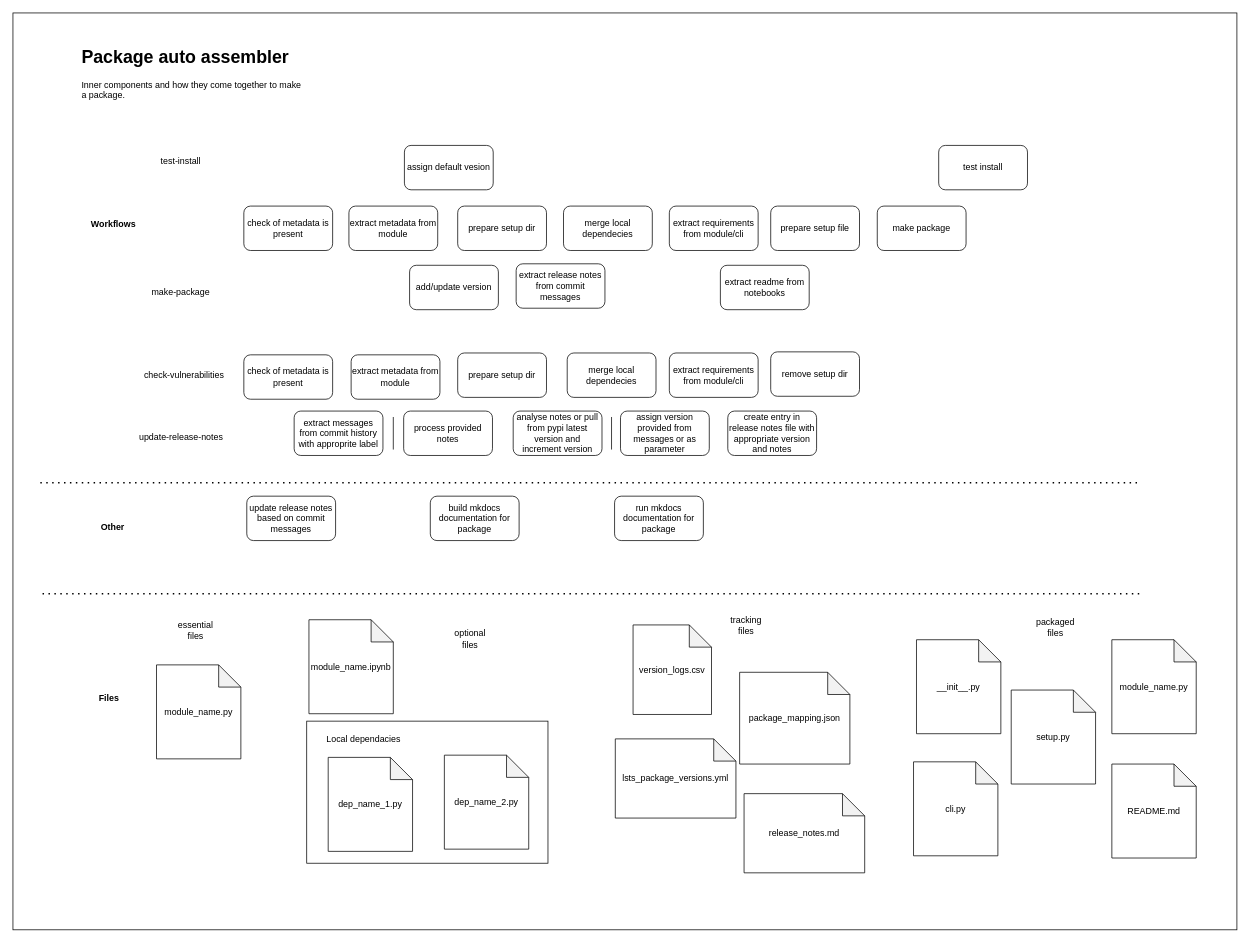
This is page "flow" (2 of 2) of drawio/package_auto_assembler.drawio from Kiril-Mordan/reusables, a draw.io file, before an edit. Source tidied: cells renumbered, new cells numbered last; positions are measured from the earlier drawing's top-left corner, leaving out a move shared by most shapes. Both pictures are drawn from the tidied source at 74%, with x=0, y=0 at pixel (13, 13).
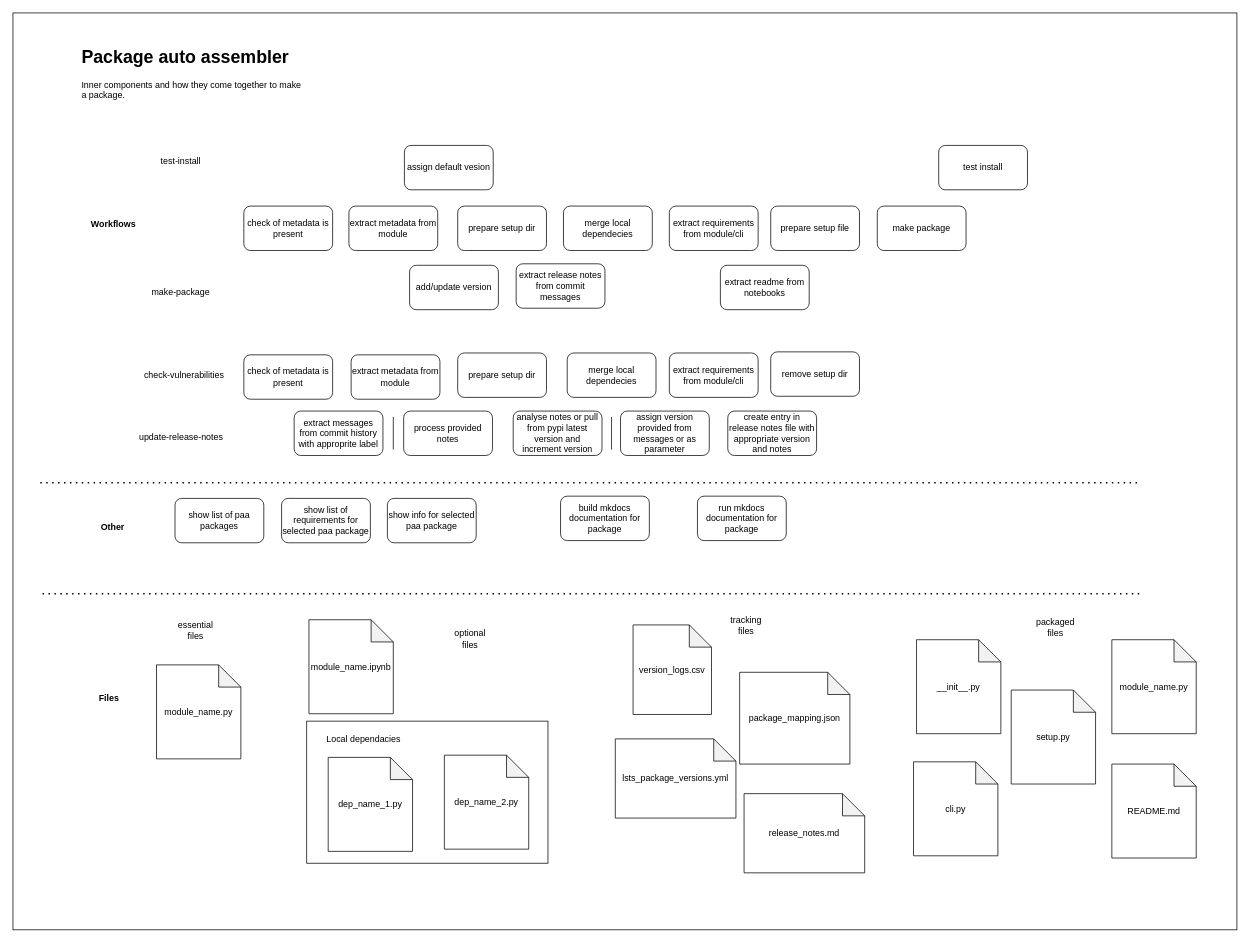
After the change.

The edit, as a diff of the source:
```diff
@@
-    <mxCell id="12" value="update release notes based on commit messages" style="rounded=1;whiteSpace=wrap;html=1;" parent="1" vertex="1">
-      <mxGeometry x="316" y="653" width="120" height="60" as="geometry" />
-    </mxCell>
     <mxCell id="13" value="build mkdocs documentation for package" style="rounded=1;whiteSpace=wrap;html=1;" parent="1" vertex="1">
-      <mxGeometry x="564" y="653" width="120" height="60" as="geometry" />
+      <mxGeometry x="740" y="653" width="120" height="60" as="geometry" />
     </mxCell>
@@
     <mxCell id="32" value="run mkdocs documentation for package" style="rounded=1;whiteSpace=wrap;html=1;" parent="1" vertex="1">
-      <mxGeometry x="813" y="653" width="120" height="60" as="geometry" />
+      <mxGeometry x="925" y="653" width="120" height="60" as="geometry" />
     </mxCell>
@@
+    <mxCell id="60" value="show list of paa packages" style="rounded=1;whiteSpace=wrap;html=1;" parent="1" vertex="1">
+      <mxGeometry x="219" y="656" width="120" height="60" as="geometry" />
+    </mxCell>
+    <mxCell id="61" value="show list of requirements for selected paa package" style="rounded=1;whiteSpace=wrap;html=1;" parent="1" vertex="1">
+      <mxGeometry x="363" y="656" width="120" height="60" as="geometry" />
+    </mxCell>
+    <mxCell id="62" value="show info for selected paa package" style="rounded=1;whiteSpace=wrap;html=1;" parent="1" vertex="1">
+      <mxGeometry x="506" y="656" width="120" height="60" as="geometry" />
+    </mxCell>
```
